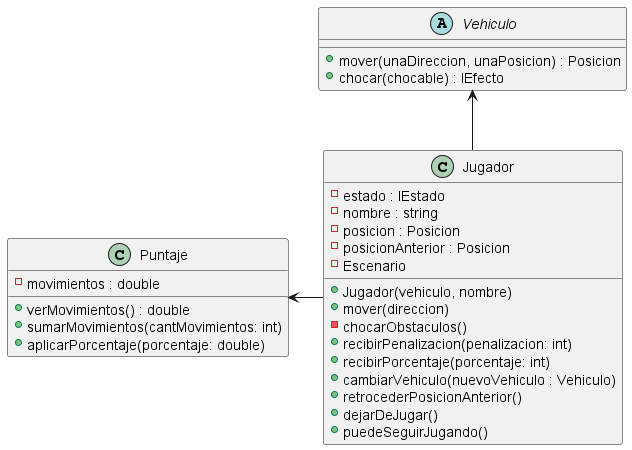
NestorPala/T17-GPSChallenge keeps this PlantUML diagram as diagrams/classes/Jugador/diagrama_Jugador_01_atributos.png. Above is the earlier version. Its diagram source:
```plantuml
@startuml

class Jugador {
    - estado : IEstado
    - nombre : string
    - posicion : Posicion
    - posicionAnterior : Posicion
    - Escenario
    + Jugador(vehiculo, nombre)
    + mover(direccion)
    - chocarObstaculos()
    + recibirPenalizacion(penalizacion: int)
    + recibirPorcentaje(porcentaje: int)
    + cambiarVehiculo(nuevoVehiculo : Vehiculo)
    + retrocederPosicionAnterior()
    + dejarDeJugar()
    + puedeSeguirJugando()
}

abstract class Vehiculo {
    + mover(unaDireccion, unaPosicion) : Posicion
    + chocar(chocable) : IEfecto
}

class Puntaje {
    - movimientos : double
    + verMovimientos() : double
    + sumarMovimientos(cantMovimientos: int)
    + aplicarPorcentaje(porcentaje: double)
}

Vehiculo <-- Jugador
Puntaje <- Jugador

@enduml
```
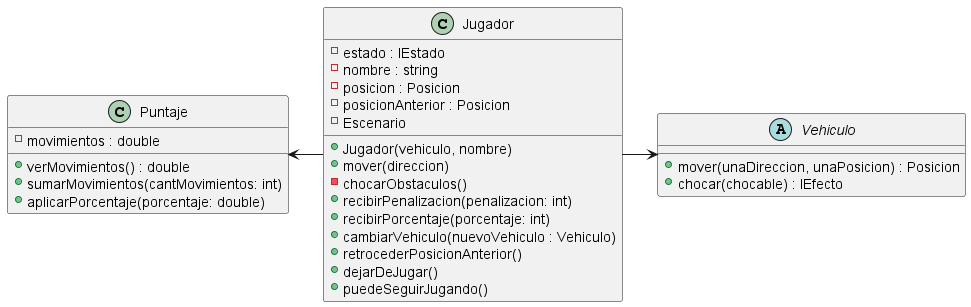
After the change.

Commit message:
modifico algunos diagramas de clases (Jugador)

Diff of the diagram source:
```diff
@@ -29,7 +29,7 @@
     + aplicarPorcentaje(porcentaje: double)
 }
 
-Vehiculo <-- Jugador
+Jugador -> Vehiculo
 Puntaje <- Jugador
 
 @enduml
```
